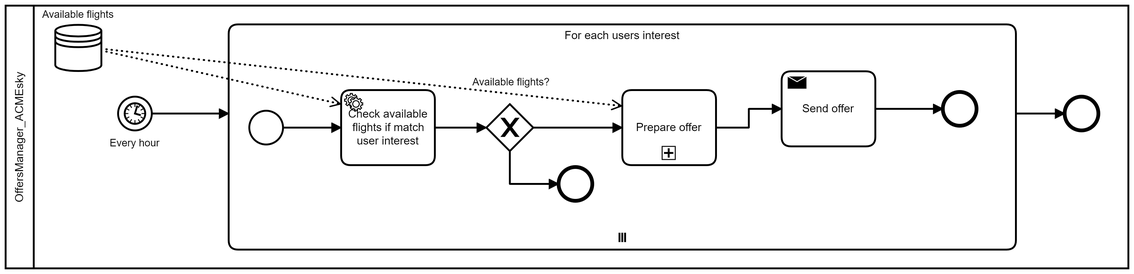
Earlier version of the BPMN export docs/bpmn/Flights-InterestMatching.png (Vallasc/ACMEsky). Its source is kept beside it as docs/bpmn/Flights-InterestMatching.bpmn. Ids are renumbered.
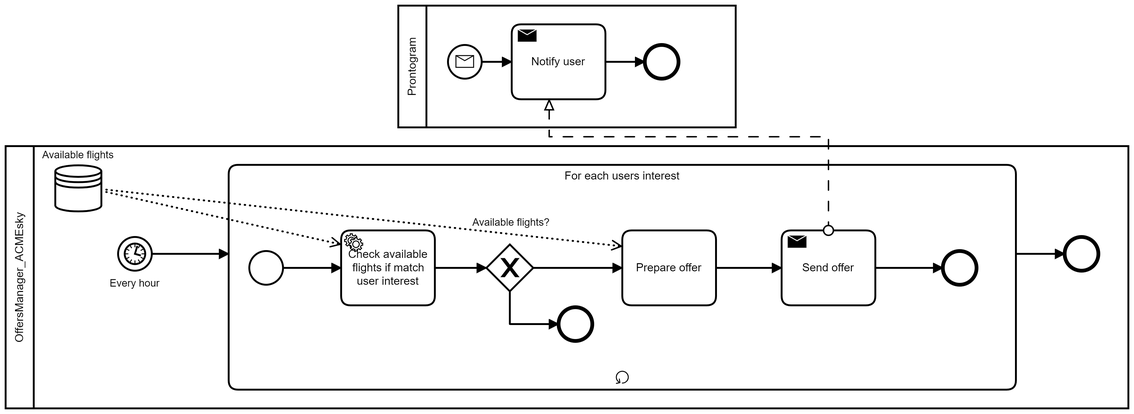
Later version of the same file.

What changed in the source:
```diff
@@ -1,6 +1,8 @@
 <bpmn:definitions xmlns:bpmn="http://www.omg.org/spec/BPMN/20100524/MODEL" xmlns:bpmndi="http://www.omg.org/spec/BPMN/20100524/DI" xmlns:dc="http://www.omg.org/spec/DD/20100524/DC" xmlns:di="http://www.omg.org/spec/DD/20100524/DI" id="Definitions_n1" targetNamespace="http://bpmn.io/schema/bpmn" exporter="Camunda Modeler" exporterVersion="4.3.0">
   <bpmn:collaboration id="Collaboration_n2">
     <bpmn:participant id="Participant_n3" name="OffersManager_ACMEsky" processRef="Process_n4" />
+    <bpmn:participant id="Participant_n29" name="Prontogram" processRef="Process_n30" />
+    <bpmn:messageFlow id="Flow_n31" sourceRef="Activity_n26" targetRef="Activity_n32" />
   </bpmn:collaboration>
   <bpmn:process id="Process_n4" isExecutable="true">
     <bpmn:dataStoreReference id="DataStoreReference_n5" name="Available flights" />
@@ -11,12 +13,10 @@
     <bpmn:endEvent id="Event_n9">
       <bpmn:incoming>Flow_n10</bpmn:incoming>
     </bpmn:endEvent>
-    <bpmn:sequenceFlow id="Flow_n7" sourceRef="Event_n6" targetRef="Activity_n11" />
-    <bpmn:sequenceFlow id="Flow_n10" sourceRef="Activity_n11" targetRef="Event_n9" />
     <bpmn:subProcess id="Activity_n11" name="For each users interest">
       <bpmn:incoming>Flow_n7</bpmn:incoming>
       <bpmn:outgoing>Flow_n10</bpmn:outgoing>
-      <bpmn:multiInstanceLoopCharacteristics />
+      <bpmn:standardLoopCharacteristics />
       <bpmn:startEvent id="Event_n12">
         <bpmn:outgoing>Flow_n13</bpmn:outgoing>
       </bpmn:startEvent>
@@ -37,15 +37,6 @@
       <bpmn:endEvent id="Event_n21">
         <bpmn:incoming>Flow_n20</bpmn:incoming>
       </bpmn:endEvent>
-      <bpmn:subProcess id="Activity_n22" name="Prepare offer">
-        <bpmn:incoming>Flow_n19</bpmn:incoming>
-        <bpmn:outgoing>Flow_n23</bpmn:outgoing>
-        <bpmn:property id="Property_n24" name="__targetRef_placeholder" />
-        <bpmn:dataInputAssociation id="DataInputAssociation_n25">
-          <bpmn:sourceRef>DataStoreReference_n5</bpmn:sourceRef>
-          <bpmn:targetRef>Property_n24</bpmn:targetRef>
-        </bpmn:dataInputAssociation>
-      </bpmn:subProcess>
       <bpmn:sendTask id="Activity_n26" name="Send offer">
         <bpmn:incoming>Flow_n23</bpmn:incoming>
         <bpmn:outgoing>Flow_n27</bpmn:outgoing>
@@ -59,97 +50,147 @@
       <bpmn:sequenceFlow id="Flow_n13" sourceRef="Event_n12" targetRef="Activity_n14" />
       <bpmn:sequenceFlow id="Flow_n20" sourceRef="Gateway_n18" targetRef="Event_n21" />
       <bpmn:sequenceFlow id="Flow_n15" sourceRef="Activity_n14" targetRef="Gateway_n18" />
+      <bpmn:task id="Activity_n22" name="Prepare offer">
+        <bpmn:incoming>Flow_n19</bpmn:incoming>
+        <bpmn:outgoing>Flow_n23</bpmn:outgoing>
+        <bpmn:property id="Property_n33" name="__targetRef_placeholder" />
+        <bpmn:dataInputAssociation id="DataInputAssociation_n25">
+          <bpmn:sourceRef>DataStoreReference_n5</bpmn:sourceRef>
+          <bpmn:targetRef>Property_n33</bpmn:targetRef>
+        </bpmn:dataInputAssociation>
+      </bpmn:task>
     </bpmn:subProcess>
+    <bpmn:sequenceFlow id="Flow_n10" sourceRef="Activity_n11" targetRef="Event_n9" />
+    <bpmn:sequenceFlow id="Flow_n7" sourceRef="Event_n6" targetRef="Activity_n11" />
+  </bpmn:process>
+  <bpmn:process id="Process_n30" isExecutable="false">
+    <bpmn:sequenceFlow id="Flow_n34" sourceRef="Event_n35" targetRef="Activity_n32" />
+    <bpmn:sequenceFlow id="Flow_n36" sourceRef="Activity_n32" targetRef="Event_n37" />
+    <bpmn:startEvent id="Event_n35">
+      <bpmn:outgoing>Flow_n34</bpmn:outgoing>
+      <bpmn:messageEventDefinition id="MessageEventDefinition_n38" />
+    </bpmn:startEvent>
+    <bpmn:sendTask id="Activity_n32" name="Notify user">
+      <bpmn:incoming>Flow_n34</bpmn:incoming>
+      <bpmn:outgoing>Flow_n36</bpmn:outgoing>
+    </bpmn:sendTask>
+    <bpmn:endEvent id="Event_n37">
+      <bpmn:incoming>Flow_n36</bpmn:incoming>
+    </bpmn:endEvent>
   </bpmn:process>
   <bpmndi:BPMNDiagram id="BPMNDiagram_1">
     <bpmndi:BPMNPlane id="BPMNPlane_1" bpmnElement="Collaboration_n2">
       <bpmndi:BPMNShape id="Participant_n3_di" bpmnElement="Participant_n3" isHorizontal="true">
-        <dc:Bounds x="160" y="80" width="1198" height="280" />
+        <dc:Bounds x="160" y="220" width="1198" height="280" />
       </bpmndi:BPMNShape>
+      <bpmndi:BPMNEdge id="Flow_n10_di" bpmnElement="Flow_n10">
+        <di:waypoint x="1238" y="335" />
+        <di:waypoint x="1290" y="335" />
+      </bpmndi:BPMNEdge>
       <bpmndi:BPMNEdge id="Flow_n7_di" bpmnElement="Flow_n7">
-        <di:waypoint x="316" y="195" />
-        <di:waypoint x="398" y="195" />
-      </bpmndi:BPMNEdge>
-      <bpmndi:BPMNEdge id="Flow_n10_di" bpmnElement="Flow_n10">
-        <di:waypoint x="1238" y="195" />
-        <di:waypoint x="1290" y="195" />
+        <di:waypoint x="316" y="335" />
+        <di:waypoint x="398" y="335" />
       </bpmndi:BPMNEdge>
       <bpmndi:BPMNShape id="DataStoreReference_n5_di" bpmnElement="DataStoreReference_n5">
-        <dc:Bounds x="213" y="100" width="50" height="50" />
+        <dc:Bounds x="213" y="240" width="50" height="50" />
         <bpmndi:BPMNLabel>
-          <dc:Bounds x="199" y="83" width="76" height="14" />
+          <dc:Bounds x="199" y="223" width="76" height="14" />
         </bpmndi:BPMNLabel>
       </bpmndi:BPMNShape>
       <bpmndi:BPMNShape id="Event_n6_di" bpmnElement="Event_n6">
-        <dc:Bounds x="280" y="177" width="36" height="36" />
+        <dc:Bounds x="280" y="317" width="36" height="36" />
         <bpmndi:BPMNLabel>
-          <dc:Bounds x="271" y="220" width="55" height="14" />
+          <dc:Bounds x="271" y="360" width="55" height="14" />
         </bpmndi:BPMNLabel>
       </bpmndi:BPMNShape>
       <bpmndi:BPMNShape id="Event_n9_di" bpmnElement="Event_n9">
-        <dc:Bounds x="1290" y="177" width="36" height="36" />
+        <dc:Bounds x="1290" y="317" width="36" height="36" />
       </bpmndi:BPMNShape>
       <bpmndi:BPMNShape id="Activity_n11_di" bpmnElement="Activity_n11" isExpanded="true">
-        <dc:Bounds x="398" y="100" width="840" height="240" />
+        <dc:Bounds x="398" y="240" width="840" height="240" />
       </bpmndi:BPMNShape>
-      <bpmndi:BPMNEdge id="Flow_n27_di" bpmnElement="Flow_n27">
-        <di:waypoint x="1088" y="190" />
-        <di:waypoint x="1160" y="190" />
+      <bpmndi:BPMNEdge id="Flow_n15_di" bpmnElement="Flow_n15">
+        <di:waypoint x="618" y="350" />
+        <di:waypoint x="673" y="350" />
+      </bpmndi:BPMNEdge>
+      <bpmndi:BPMNEdge id="Flow_n20_di" bpmnElement="Flow_n20">
+        <di:waypoint x="698" y="375" />
+        <di:waypoint x="698" y="410" />
+        <di:waypoint x="750" y="410" />
+      </bpmndi:BPMNEdge>
+      <bpmndi:BPMNEdge id="Flow_n13_di" bpmnElement="Flow_n13">
+        <di:waypoint x="456" y="350" />
+        <di:waypoint x="518" y="350" />
+      </bpmndi:BPMNEdge>
+      <bpmndi:BPMNEdge id="Flow_n23_di" bpmnElement="Flow_n23">
+        <di:waypoint x="918" y="350" />
+        <di:waypoint x="988" y="350" />
       </bpmndi:BPMNEdge>
       <bpmndi:BPMNEdge id="Flow_n19_di" bpmnElement="Flow_n19">
-        <di:waypoint x="723" y="210" />
-        <di:waypoint x="818" y="210" />
+        <di:waypoint x="723" y="350" />
+        <di:waypoint x="818" y="350" />
       </bpmndi:BPMNEdge>
-      <bpmndi:BPMNEdge id="Flow_n23_di" bpmnElement="Flow_n23">
-        <di:waypoint x="918" y="210" />
-        <di:waypoint x="953" y="210" />
-        <di:waypoint x="953" y="190" />
-        <di:waypoint x="988" y="190" />
+      <bpmndi:BPMNEdge id="Flow_n27_di" bpmnElement="Flow_n27">
+        <di:waypoint x="1088" y="350" />
+        <di:waypoint x="1160" y="350" />
       </bpmndi:BPMNEdge>
-      <bpmndi:BPMNEdge id="Flow_n13_di" bpmnElement="Flow_n13">
-        <di:waypoint x="456" y="210" />
-        <di:waypoint x="518" y="210" />
-      </bpmndi:BPMNEdge>
-      <bpmndi:BPMNEdge id="Flow_n20_di" bpmnElement="Flow_n20">
-        <di:waypoint x="698" y="235" />
-        <di:waypoint x="698" y="270" />
-        <di:waypoint x="750" y="270" />
-      </bpmndi:BPMNEdge>
-      <bpmndi:BPMNEdge id="Flow_n15_di" bpmnElement="Flow_n15">
-        <di:waypoint x="618" y="210" />
-        <di:waypoint x="673" y="210" />
-      </bpmndi:BPMNEdge>
-      <bpmndi:BPMNShape id="Activity_n26_di" bpmnElement="Activity_n26">
-        <dc:Bounds x="988" y="150" width="100" height="80" />
-      </bpmndi:BPMNShape>
-      <bpmndi:BPMNShape id="Event_n28_di" bpmnElement="Event_n28">
-        <dc:Bounds x="1160" y="172" width="36" height="36" />
+      <bpmndi:BPMNShape id="Event_n12_di" bpmnElement="Event_n12">
+        <dc:Bounds x="420" y="332" width="36" height="36" />
       </bpmndi:BPMNShape>
       <bpmndi:BPMNShape id="Activity_n14_di" bpmnElement="Activity_n14">
-        <dc:Bounds x="518" y="170" width="100" height="80" />
-      </bpmndi:BPMNShape>
-      <bpmndi:BPMNShape id="Event_n12_di" bpmnElement="Event_n12">
-        <dc:Bounds x="420" y="192" width="36" height="36" />
+        <dc:Bounds x="518" y="310" width="100" height="80" />
       </bpmndi:BPMNShape>
       <bpmndi:BPMNShape id="Gateway_n18_di" bpmnElement="Gateway_n18" isMarkerVisible="true">
-        <dc:Bounds x="673" y="185" width="50" height="50" />
+        <dc:Bounds x="673" y="325" width="50" height="50" />
         <bpmndi:BPMNLabel>
-          <dc:Bounds x="658" y="155" width="82" height="14" />
+          <dc:Bounds x="658" y="295" width="82" height="14" />
         </bpmndi:BPMNLabel>
       </bpmndi:BPMNShape>
       <bpmndi:BPMNShape id="Event_n21_di" bpmnElement="Event_n21">
-        <dc:Bounds x="750" y="252" width="36" height="36" />
+        <dc:Bounds x="750" y="392" width="36" height="36" />
       </bpmndi:BPMNShape>
-      <bpmndi:BPMNShape id="Activity_n22_di" bpmnElement="Activity_n22">
-        <dc:Bounds x="818" y="170" width="100" height="80" />
+      <bpmndi:BPMNShape id="Activity_n26_di" bpmnElement="Activity_n26">
+        <dc:Bounds x="988" y="310" width="100" height="80" />
+      </bpmndi:BPMNShape>
+      <bpmndi:BPMNShape id="Event_n28_di" bpmnElement="Event_n28">
+        <dc:Bounds x="1160" y="332" width="36" height="36" />
+      </bpmndi:BPMNShape>
+      <bpmndi:BPMNShape id="Activity_08lu1gz_di" bpmnElement="Activity_n22">
+        <dc:Bounds x="818" y="310" width="100" height="80" />
+      </bpmndi:BPMNShape>
+      <bpmndi:BPMNShape id="Participant_n29_di" bpmnElement="Participant_n29" isHorizontal="true">
+        <dc:Bounds x="579" y="70" width="360" height="130" />
+      </bpmndi:BPMNShape>
+      <bpmndi:BPMNEdge id="Flow_n34_di" bpmnElement="Flow_n34">
+        <di:waypoint x="668" y="130" />
+        <di:waypoint x="700" y="130" />
+      </bpmndi:BPMNEdge>
+      <bpmndi:BPMNEdge id="Flow_n36_di" bpmnElement="Flow_n36">
+        <di:waypoint x="800" y="130" />
+        <di:waypoint x="842" y="130" />
+      </bpmndi:BPMNEdge>
+      <bpmndi:BPMNShape id="Event_n35_di" bpmnElement="Event_n35">
+        <dc:Bounds x="632" y="112" width="36" height="36" />
+      </bpmndi:BPMNShape>
+      <bpmndi:BPMNShape id="Activity_n32_di" bpmnElement="Activity_n32">
+        <dc:Bounds x="700" y="90" width="100" height="80" />
+      </bpmndi:BPMNShape>
+      <bpmndi:BPMNShape id="Event_n37_di" bpmnElement="Event_n37">
+        <dc:Bounds x="842" y="112" width="36" height="36" />
       </bpmndi:BPMNShape>
       <bpmndi:BPMNEdge id="DataInputAssociation_n17_di" bpmnElement="DataInputAssociation_n17">
-        <di:waypoint x="263" y="128" />
-        <di:waypoint x="518" y="185" />
+        <di:waypoint x="263" y="268" />
+        <di:waypoint x="518" y="325" />
       </bpmndi:BPMNEdge>
       <bpmndi:BPMNEdge id="DataInputAssociation_n25_di" bpmnElement="DataInputAssociation_n25">
-        <di:waypoint x="263" y="126" />
-        <di:waypoint x="818" y="187" />
+        <di:waypoint x="263" y="266" />
+        <di:waypoint x="818" y="327" />
+      </bpmndi:BPMNEdge>
+      <bpmndi:BPMNEdge id="Flow_n31_di" bpmnElement="Flow_n31">
+        <di:waypoint x="1038" y="310" />
+        <di:waypoint x="1038" y="210" />
+        <di:waypoint x="740" y="210" />
+        <di:waypoint x="740" y="170" />
       </bpmndi:BPMNEdge>
     </bpmndi:BPMNPlane>
   </bpmndi:BPMNDiagram>
```
